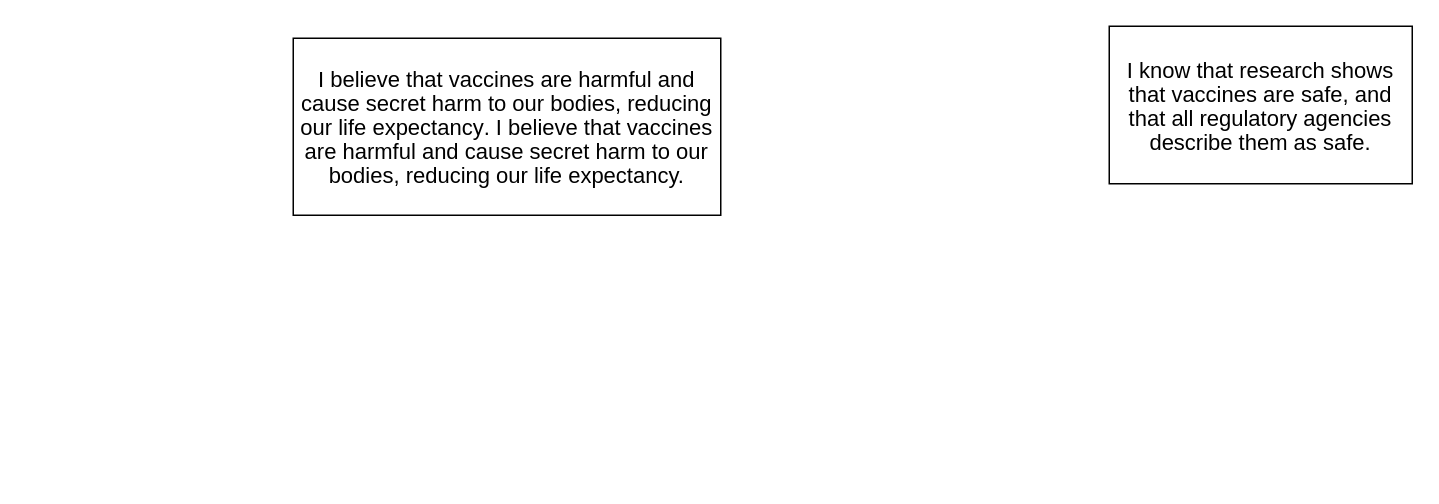
Riklik101/Chemistry-Experiments keeps this draw.io diagram as Example of Vaccines.drawio. Above is the earlier version. Source tidied: cells renumbered, new cells numbered last; positions are measured from the earlier drawing's top-left corner, leaving out a move shared by most shapes. Both pictures are drawn from the tidied source at 150%, with x=0, y=0 at pixel (292, 26).
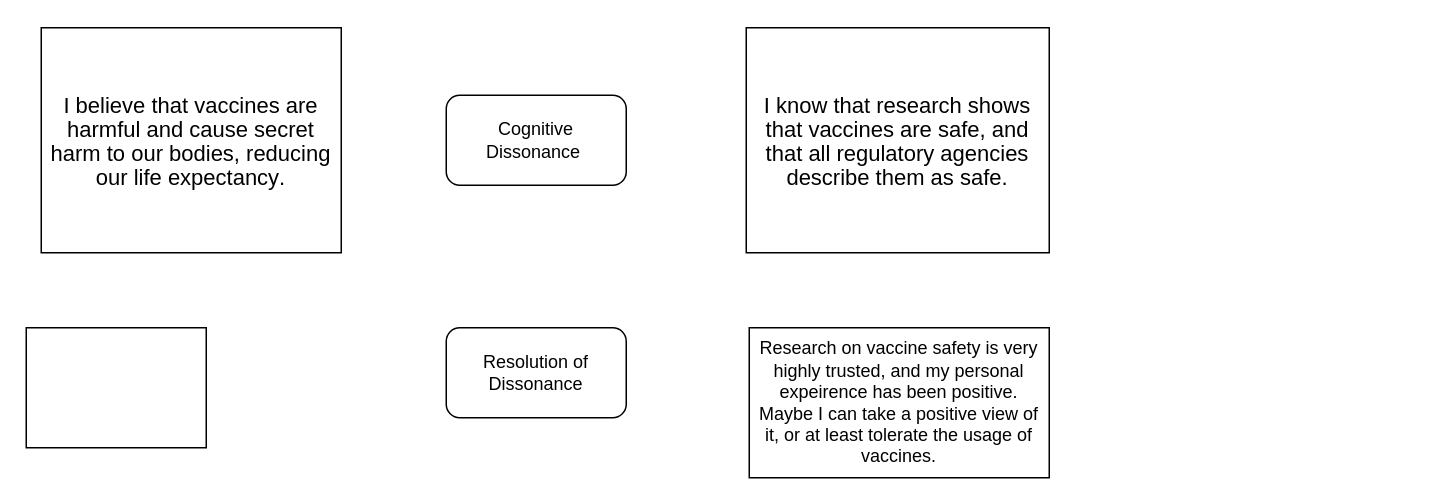
Above is the later version.

The edit, as a diff of the source:
```diff
@@
 <mxGraphModel>
   <root>
     <mxCell id="0" />
     <mxCell id="1" parent="0" />
-    <mxCell id="2" value="&lt;p style=&quot;margin: 0px; font-style: normal; font-variant-caps: normal; font-width: normal; font-size: 14.7px; line-height: normal; font-family: Arial; font-size-adjust: none; font-kerning: auto; font-variant-alternates: normal; font-variant-ligatures: normal; font-variant-numeric: normal; font-variant-east-asian: normal; font-variant-position: normal; font-variant-emoji: normal; font-feature-settings: normal; font-optical-sizing: auto; font-variation-settings: normal; -webkit-text-stroke-width: 0px; -webkit-text-stroke-color: rgb(0, 0, 0);&quot;&gt;&lt;span style=&quot;font-size: 14.67px; font-kerning: none;&quot;&gt;I believe that vaccines are harmful and cause secret harm to our bodies, reducing our life expectancy.&lt;/span&gt;&lt;span style=&quot;font-size: 14.67px;&quot;&gt;&amp;nbsp;I believe that vaccines are harmful and cause secret harm to our bodies, reducing our life expectancy.&lt;/span&gt;&lt;/p&gt;" style="rounded=0;whiteSpace=wrap;html=1;" parent="1" vertex="1">
-      <mxGeometry y="8" width="285" height="118" as="geometry" />
+    <mxCell id="2" value="&lt;p style=&quot;margin: 0px; font-style: normal; font-variant-caps: normal; font-width: normal; font-size: 14.7px; line-height: normal; font-family: Arial; font-size-adjust: none; font-kerning: auto; font-variant-alternates: normal; font-variant-ligatures: normal; font-variant-numeric: normal; font-variant-east-asian: normal; font-variant-position: normal; font-feature-settings: normal; font-optical-sizing: auto; font-variation-settings: normal; -webkit-text-stroke-width: 0px; -webkit-text-stroke-color: rgb(0, 0, 0);&quot;&gt;&lt;span style=&quot;font-size: 14.67px; font-kerning: none;&quot;&gt;I believe that vaccines are harmful and cause secret harm to our bodies, reducing our life expectancy.&lt;/span&gt;&lt;/p&gt;" style="rounded=0;whiteSpace=wrap;html=1;" parent="1" vertex="1">
+      <mxGeometry x="-168" y="1" width="200" height="150" as="geometry" />
     </mxCell>
     <mxCell id="3" value="&lt;p style=&quot;margin: 0px; font-style: normal; font-variant-caps: normal; font-width: normal; font-size: 14.7px; line-height: normal; font-family: Arial; font-size-adjust: none; font-kerning: auto; font-variant-alternates: normal; font-variant-ligatures: normal; font-variant-numeric: normal; font-variant-east-asian: normal; font-variant-position: normal; font-variant-emoji: normal; font-feature-settings: normal; font-optical-sizing: auto; font-variation-settings: normal; -webkit-text-stroke-width: 0px; -webkit-text-stroke-color: rgb(0, 0, 0);&quot;&gt;&lt;span style=&quot;font-size: 14.67px; font-kerning: none;&quot;&gt;I know that research shows that vaccines are safe, and that all regulatory agencies describe them as safe.&lt;/span&gt;&lt;/p&gt;" style="rounded=0;whiteSpace=wrap;html=1;" parent="1" vertex="1">
-      <mxGeometry x="544" width="202" height="105" as="geometry" />
+      <mxGeometry x="302" y="1" width="202" height="150" as="geometry" />
     </mxCell>
+    <mxCell id="4" value="Cognitive Dissonance&amp;nbsp;" style="rounded=1;whiteSpace=wrap;html=1;" parent="1" vertex="1">
+      <mxGeometry x="102" y="46" width="120" height="60" as="geometry" />
+    </mxCell>
+    <mxCell id="5" value="Resolution of Dissonance" style="rounded=1;whiteSpace=wrap;html=1;" parent="1" vertex="1">
+      <mxGeometry x="102" y="201" width="120" height="60" as="geometry" />
+    </mxCell>
+    <mxCell id="6" value="Research on vaccine safety is very highly trusted, and my personal expeirence has been positive. Maybe I can take a positive view of it, or at least tolerate the usage of vaccines." style="rounded=0;whiteSpace=wrap;html=1;" parent="1" vertex="1">
+      <mxGeometry x="304" y="201" width="200" height="100" as="geometry" />
+    </mxCell>
+    <mxCell id="7" style="rounded=0;whiteSpace=wrap;html=1;" parent="1" vertex="1">
+      <mxGeometry x="-178" y="201" width="120" height="80" as="geometry" />
+    </mxCell>
   </root>
 </mxGraphModel>
```
